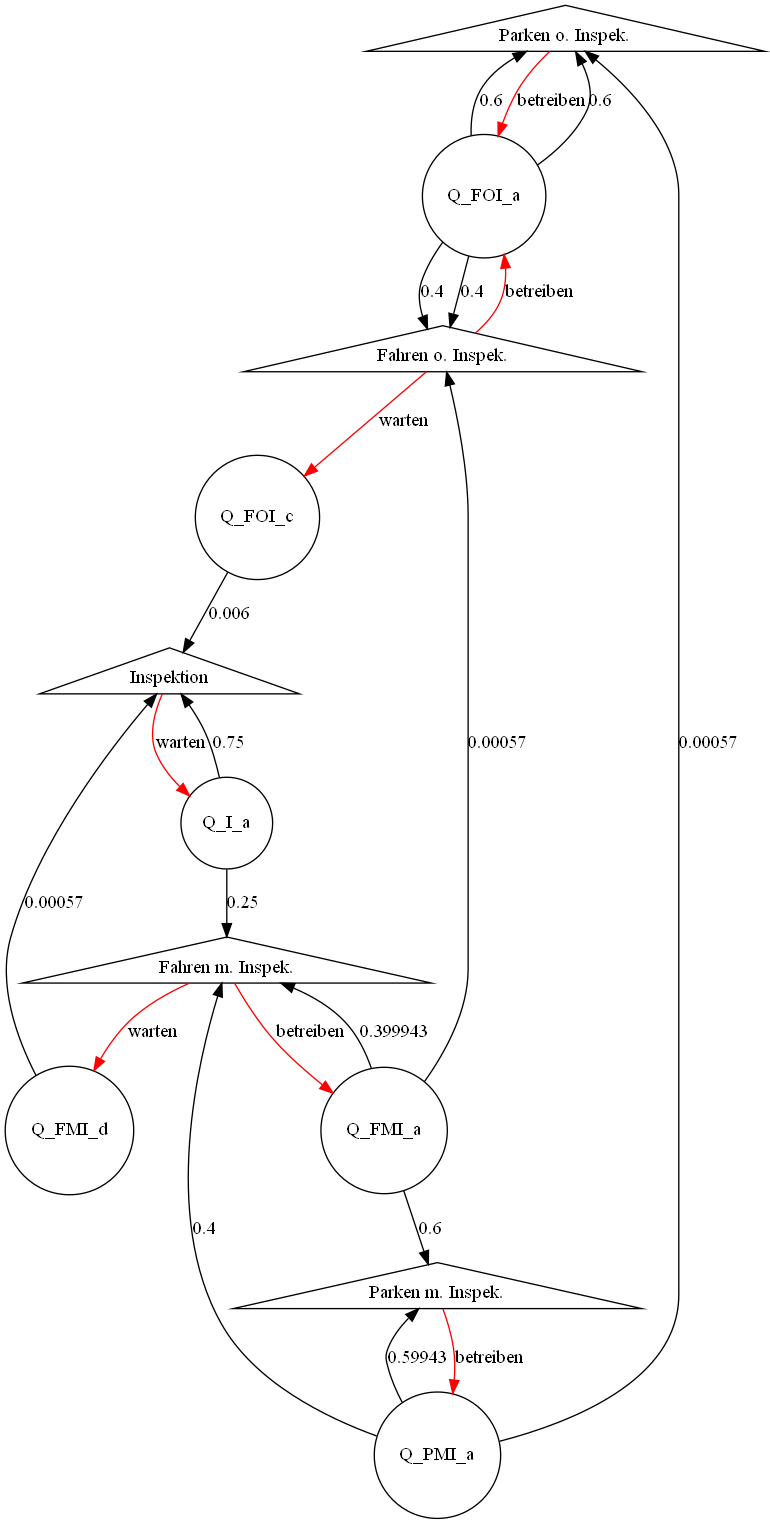
This is Graph.gv.png from fubsi/studium-aufgaben, a Graphviz export, as it was before one commit. Its source is kept beside it as Graph.gv.
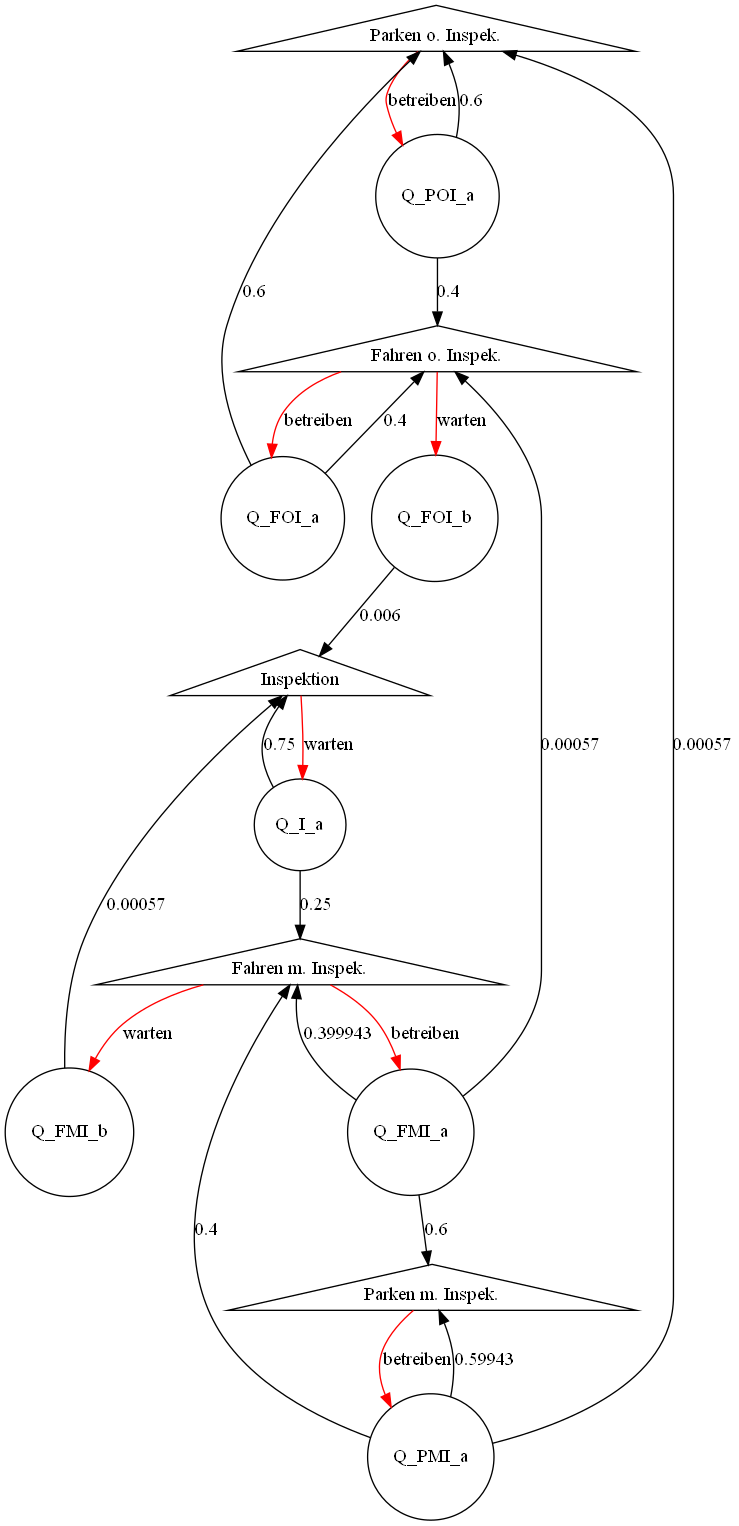
After the change.

The edit, as a diff of the source:
```diff
@@ -4,31 +4,31 @@
 	"Fahren o. Inspek." [shape=triangle]
 	"Fahren m. Inspek." [shape=triangle]
 	Inspektion [shape=triangle]
-	Q_FOI_a [shape=circle]
-	"Parken o. Inspek." -> Q_FOI_a [label=betreiben color=red]
+	Q_POI_a [shape=circle]
+	"Parken o. Inspek." -> Q_POI_a [label=betreiben color=red]
 	Q_FOI_a [shape=circle]
 	"Fahren o. Inspek." -> Q_FOI_a [label=betreiben color=red]
-	Q_FOI_c [shape=circle]
-	"Fahren o. Inspek." -> Q_FOI_c [label=warten color=red]
+	Q_FOI_b [shape=circle]
+	"Fahren o. Inspek." -> Q_FOI_b [label=warten color=red]
 	Q_I_a [shape=circle]
 	Inspektion -> Q_I_a [label=warten color=red]
 	Q_FMI_a [shape=circle]
 	"Fahren m. Inspek." -> Q_FMI_a [label=betreiben color=red]
-	Q_FMI_d [shape=circle]
-	"Fahren m. Inspek." -> Q_FMI_d [label=warten color=red]
+	Q_FMI_b [shape=circle]
+	"Fahren m. Inspek." -> Q_FMI_b [label=warten color=red]
 	Q_PMI_a [shape=circle]
 	"Parken m. Inspek." -> Q_PMI_a [label=betreiben color=red]
+	Q_POI_a -> "Parken o. Inspek." [label=0.6]
+	Q_POI_a -> "Fahren o. Inspek." [label=0.4]
 	Q_FOI_a -> "Parken o. Inspek." [label=0.6]
 	Q_FOI_a -> "Fahren o. Inspek." [label=0.4]
-	Q_FOI_a -> "Parken o. Inspek." [label=0.6]
-	Q_FOI_a -> "Fahren o. Inspek." [label=0.4]
-	Q_FOI_c -> Inspektion [label=0.006]
+	Q_FOI_b -> Inspektion [label=0.006]
 	Q_I_a -> Inspektion [label=0.75]
 	Q_I_a -> "Fahren m. Inspek." [label=0.25]
 	Q_FMI_a -> "Fahren o. Inspek." [label=0.00057]
 	Q_FMI_a -> "Fahren m. Inspek." [label=0.399943]
 	Q_FMI_a -> "Parken m. Inspek." [label=0.6]
-	Q_FMI_d -> Inspektion [label=0.00057]
+	Q_FMI_b -> Inspektion [label=0.00057]
 	Q_PMI_a -> "Parken o. Inspek." [label=0.00057]
 	Q_PMI_a -> "Parken m. Inspek." [label=0.59943]
 	Q_PMI_a -> "Fahren m. Inspek." [label=0.4]
```
